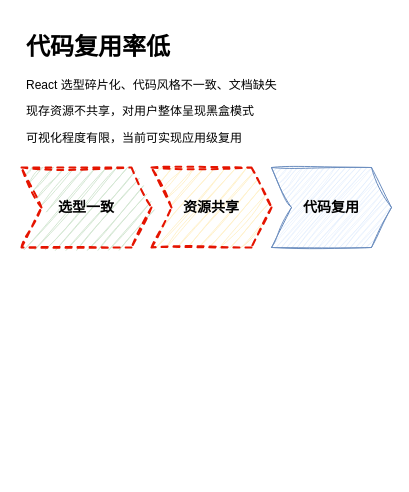
Above: 低代码——资源不共享的原因.drawio in tangyaosimida/love (draw.io), before the change. Source tidied: cells renumbered, new cells numbered last; positions are measured from the earlier drawing's top-left corner, leaving out a move shared by most shapes. Both pictures are drawn from the tidied source at 100%, with x=0, y=0 at pixel (21, 27).
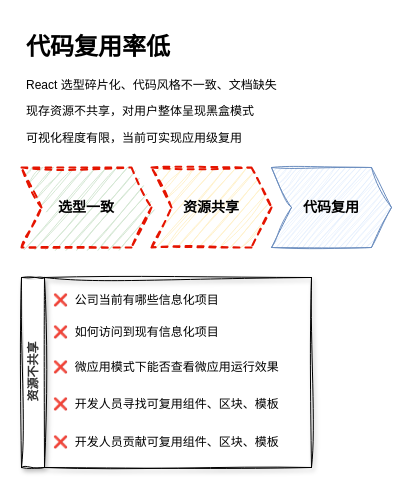
After the change.

Commit message (it also covers changes not shown here):
更新低代码——资源不共享的原因.drawio

The edit, as a diff of the source:
```diff
@@
 <mxGraphModel>
   <root>
     <mxCell id="0" />
     <mxCell id="1" parent="0" />
     <mxCell id="2" value="&lt;h1&gt;代码复用率低&lt;/h1&gt;&lt;p&gt;React 选型碎片化、代码风格不一致、文档缺失&lt;/p&gt;&lt;p&gt;现存资源不共享，对用户整体呈现黑盒模式&lt;/p&gt;&lt;p&gt;可视化程度有限，当前可实现应用级复用&lt;/p&gt;" style="text;html=1;spacing=5;spacingTop=-20;whiteSpace=wrap;overflow=hidden;rounded=0;sketch=1;curveFitting=1;jiggle=2;shadow=0;" parent="1" vertex="1">
       <mxGeometry width="260" height="130" as="geometry" />
     </mxCell>
     <mxCell id="3" value="选型一致" style="shape=step;perimeter=stepPerimeter;whiteSpace=wrap;html=1;fixedSize=1;fillColor=#d5e8d4;strokeColor=#E51400;fontStyle=1;fontSize=14;rounded=0;sketch=1;curveFitting=1;jiggle=2;shadow=0;dashed=1;strokeWidth=2;" parent="1" vertex="1">
       <mxGeometry y="140" width="130" height="80" as="geometry" />
     </mxCell>
     <mxCell id="4" value="资源共享" style="shape=step;perimeter=stepPerimeter;whiteSpace=wrap;html=1;fixedSize=1;fillColor=#fff2cc;strokeColor=#E51400;fontStyle=1;fontSize=14;rounded=0;sketch=1;curveFitting=1;jiggle=2;shadow=0;dashed=1;strokeWidth=2;" parent="1" vertex="1">
       <mxGeometry x="130" y="140" width="120" height="80" as="geometry" />
     </mxCell>
     <mxCell id="5" value="代码复用" style="shape=step;perimeter=stepPerimeter;whiteSpace=wrap;html=1;fixedSize=1;fillColor=#dae8fc;strokeColor=#6c8ebf;fontStyle=1;fontSize=14;rounded=0;sketch=1;curveFitting=1;jiggle=2;shadow=0;" parent="1" vertex="1">
       <mxGeometry x="250" y="140" width="120" height="80" as="geometry" />
     </mxCell>
+    <mxCell id="6" value="&lt;font color=&quot;#333333&quot;&gt;资源不共享&lt;/font&gt;" style="swimlane;horizontal=0;whiteSpace=wrap;html=1;sketch=1;curveFitting=1;jiggle=2;glass=0;shadow=1;" parent="1" vertex="1">
+      <mxGeometry y="250" width="290" height="190" as="geometry" />
+    </mxCell>
+    <mxCell id="7" value="❌&amp;nbsp; 公司当前有哪些信息化项目" style="text;html=1;align=left;verticalAlign=middle;strokeColor=none;fillColor=none;sketch=1;curveFitting=1;jiggle=2;glass=0;shadow=1;" parent="6" vertex="1">
+      <mxGeometry x="30" y="8" width="190" height="30" as="geometry" />
+    </mxCell>
+    <mxCell id="8" value="❌&amp;nbsp; 如何访问到现有信息化项目" style="text;html=1;align=left;verticalAlign=middle;strokeColor=none;fillColor=none;sketch=1;curveFitting=1;jiggle=2;glass=0;shadow=1;" parent="6" vertex="1">
+      <mxGeometry x="30" y="40" width="190" height="30" as="geometry" />
+    </mxCell>
+    <mxCell id="9" value="❌&amp;nbsp; 微应用模式下能否查看微应用运行效果" style="text;html=1;align=left;verticalAlign=middle;strokeColor=none;fillColor=none;sketch=1;curveFitting=1;jiggle=2;glass=0;shadow=1;" parent="6" vertex="1">
+      <mxGeometry x="30" y="75" width="250" height="30" as="geometry" />
+    </mxCell>
+    <mxCell id="10" value="❌&amp;nbsp; 开发人员寻找可复用组件、区块、模板" style="text;html=1;align=left;verticalAlign=middle;strokeColor=none;fillColor=none;sketch=1;curveFitting=1;jiggle=2;glass=0;shadow=1;" parent="6" vertex="1">
+      <mxGeometry x="30" y="112" width="250" height="30" as="geometry" />
+    </mxCell>
+    <mxCell id="11" value="❌&amp;nbsp; 开发人员贡献可复用组件、区块、模板" style="text;html=1;align=left;verticalAlign=middle;strokeColor=none;fillColor=none;sketch=1;curveFitting=1;jiggle=2;glass=0;shadow=1;" parent="6" vertex="1">
+      <mxGeometry x="30" y="150" width="250" height="30" as="geometry" />
+    </mxCell>
   </root>
 </mxGraphModel>
```
